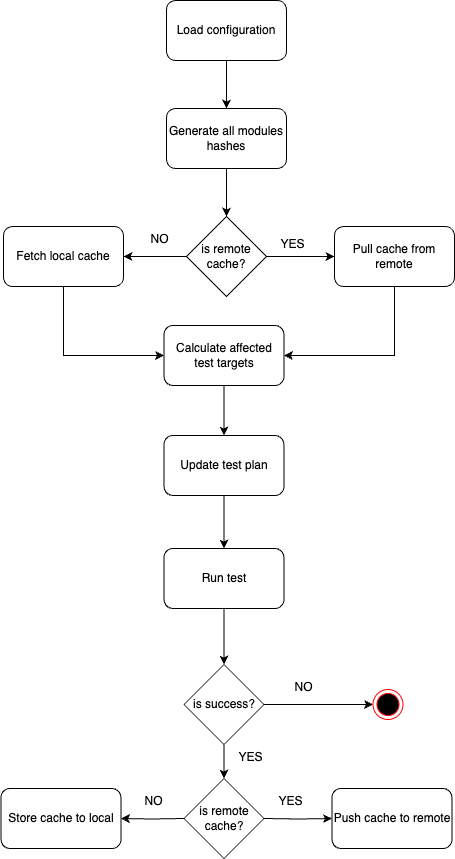
The draw.io diagram Resources/flow.png in hoangatuan/SPM-Selective-Testing, before a commit. Source tidied: cells renumbered, new cells last; positions are measured from the earlier drawing's top-left corner, leaving out a move shared by most shapes. Source of this version:
```xml
<mxGraphModel>
  <root>
    <mxCell id="0" />
    <mxCell id="1" parent="0" />
    <mxCell id="2" style="edgeStyle=orthogonalEdgeStyle;rounded=0;jettySize=auto;html=1;exitX=0.5;exitY=1;exitDx=0;exitDy=0;entryX=0.5;entryY=0;entryDx=0;entryDy=0;" parent="1" edge="1" source="3">
      <mxGeometry relative="1" as="geometry">
        <mxPoint x="226" y="108" as="targetPoint" />
      </mxGeometry>
    </mxCell>
    <mxCell id="3" value="Load configuration" style="rounded=1;whiteSpace=wrap;html=1;" parent="1" vertex="1">
      <mxGeometry x="166" width="120" height="60" as="geometry" />
    </mxCell>
    <mxCell id="4" style="edgeStyle=orthogonalEdgeStyle;rounded=0;jettySize=auto;html=1;exitX=0.5;exitY=1;exitDx=0;exitDy=0;entryX=0.5;entryY=0;entryDx=0;entryDy=0;" parent="1" edge="1" source="5" target="8">
      <mxGeometry relative="1" as="geometry" />
    </mxCell>
    <mxCell id="5" value="Generate all modules hashes" style="rounded=1;whiteSpace=wrap;html=1;" parent="1" vertex="1">
      <mxGeometry x="166" y="108" width="120" height="60" as="geometry" />
    </mxCell>
    <mxCell id="6" style="edgeStyle=orthogonalEdgeStyle;rounded=0;jettySize=auto;html=1;exitX=1;exitY=0.5;exitDx=0;exitDy=0;entryX=0;entryY=0.5;entryDx=0;entryDy=0;" parent="1" edge="1" source="8" target="10">
      <mxGeometry relative="1" as="geometry" />
    </mxCell>
    <mxCell id="7" style="edgeStyle=orthogonalEdgeStyle;rounded=0;jettySize=auto;html=1;exitX=0;exitY=0.5;exitDx=0;exitDy=0;" parent="1" edge="1" source="8" target="13">
      <mxGeometry relative="1" as="geometry" />
    </mxCell>
    <mxCell id="8" value="is remote cache?" style="rhombus;whiteSpace=wrap;html=1;" parent="1" vertex="1">
      <mxGeometry x="186" y="216" width="80" height="80" as="geometry" />
    </mxCell>
    <mxCell id="9" style="edgeStyle=orthogonalEdgeStyle;rounded=0;jettySize=auto;html=1;exitX=0.5;exitY=1;exitDx=0;exitDy=0;entryX=1;entryY=0.5;entryDx=0;entryDy=0;" parent="1" edge="1" source="10" target="16">
      <mxGeometry relative="1" as="geometry" />
    </mxCell>
    <mxCell id="10" value="Pull cache from remote" style="rounded=1;whiteSpace=wrap;html=1;" parent="1" vertex="1">
      <mxGeometry x="334" y="226" width="120" height="60" as="geometry" />
    </mxCell>
    <mxCell id="11" value="YES" style="text;html=1;align=center;verticalAlign=middle;strokeColor=none;fillColor=none;" parent="1" vertex="1">
      <mxGeometry x="271" y="231" width="42" height="26" as="geometry" />
    </mxCell>
    <mxCell id="12" style="edgeStyle=orthogonalEdgeStyle;rounded=0;jettySize=auto;html=1;exitX=0.5;exitY=1;exitDx=0;exitDy=0;entryX=0;entryY=0.5;entryDx=0;entryDy=0;" parent="1" edge="1" source="13" target="16">
      <mxGeometry relative="1" as="geometry" />
    </mxCell>
    <mxCell id="13" value="Fetch local cache" style="rounded=1;whiteSpace=wrap;html=1;" parent="1" vertex="1">
      <mxGeometry x="3" y="226" width="120" height="60" as="geometry" />
    </mxCell>
    <mxCell id="14" value="NO" style="text;html=1;align=center;verticalAlign=middle;strokeColor=none;fillColor=none;" parent="1" vertex="1">
      <mxGeometry x="141" y="226" width="36" height="26" as="geometry" />
    </mxCell>
    <mxCell id="15" style="edgeStyle=orthogonalEdgeStyle;rounded=0;jettySize=auto;html=1;exitX=0.5;exitY=1;exitDx=0;exitDy=0;" parent="1" edge="1" source="16" target="18">
      <mxGeometry relative="1" as="geometry" />
    </mxCell>
    <mxCell id="16" value="Calculate affected test targets" style="rounded=1;whiteSpace=wrap;html=1;" parent="1" vertex="1">
      <mxGeometry x="163.5" y="325" width="120" height="60" as="geometry" />
    </mxCell>
    <mxCell id="17" style="edgeStyle=orthogonalEdgeStyle;rounded=0;jettySize=auto;html=1;exitX=0.5;exitY=1;exitDx=0;exitDy=0;entryX=0.5;entryY=0;entryDx=0;entryDy=0;" parent="1" edge="1" source="18" target="20">
      <mxGeometry relative="1" as="geometry" />
    </mxCell>
    <mxCell id="18" value="Update test plan" style="rounded=1;whiteSpace=wrap;html=1;" parent="1" vertex="1">
      <mxGeometry x="163.5" y="435" width="120" height="60" as="geometry" />
    </mxCell>
    <mxCell id="19" style="edgeStyle=orthogonalEdgeStyle;rounded=0;jettySize=auto;html=1;exitX=0.5;exitY=1;exitDx=0;exitDy=0;" parent="1" edge="1" source="20" target="23">
      <mxGeometry relative="1" as="geometry" />
    </mxCell>
    <mxCell id="20" value="Run test" style="rounded=1;whiteSpace=wrap;html=1;" parent="1" vertex="1">
      <mxGeometry x="163.5" y="548" width="120" height="60" as="geometry" />
    </mxCell>
    <mxCell id="21" style="edgeStyle=orthogonalEdgeStyle;rounded=0;jettySize=auto;html=1;exitX=0.5;exitY=1;exitDx=0;exitDy=0;entryX=0.5;entryY=0;entryDx=0;entryDy=0;" parent="1" edge="1" source="23">
      <mxGeometry relative="1" as="geometry">
        <mxPoint x="223.5" y="778" as="targetPoint" />
      </mxGeometry>
    </mxCell>
    <mxCell id="22" style="edgeStyle=orthogonalEdgeStyle;rounded=0;jettySize=auto;html=1;exitX=1;exitY=0.5;exitDx=0;exitDy=0;entryX=0;entryY=0.5;entryDx=0;entryDy=0;" parent="1" edge="1" source="23" target="31">
      <mxGeometry relative="1" as="geometry" />
    </mxCell>
    <mxCell id="23" value="is success?" style="rhombus;whiteSpace=wrap;html=1;" parent="1" vertex="1">
      <mxGeometry x="183.5" y="664" width="80" height="80" as="geometry" />
    </mxCell>
    <mxCell id="24" style="edgeStyle=orthogonalEdgeStyle;rounded=0;jettySize=auto;html=1;exitX=0;exitY=0.5;exitDx=0;exitDy=0;" parent="1" edge="1" target="27">
      <mxGeometry relative="1" as="geometry">
        <mxPoint x="183.5" y="818" as="sourcePoint" />
      </mxGeometry>
    </mxCell>
    <mxCell id="25" style="edgeStyle=orthogonalEdgeStyle;rounded=0;jettySize=auto;html=1;exitX=1;exitY=0.5;exitDx=0;exitDy=0;" parent="1" edge="1" target="28">
      <mxGeometry relative="1" as="geometry">
        <mxPoint x="263.5" y="818" as="sourcePoint" />
      </mxGeometry>
    </mxCell>
    <mxCell id="26" value="is remote cache?" style="rhombus;whiteSpace=wrap;html=1;" parent="1" vertex="1">
      <mxGeometry x="183.5" y="778" width="80" height="80" as="geometry" />
    </mxCell>
    <mxCell id="27" value="Store cache to local" style="rounded=1;whiteSpace=wrap;html=1;" parent="1" vertex="1">
      <mxGeometry x="0.5" y="788" width="120" height="60" as="geometry" />
    </mxCell>
    <mxCell id="28" value="Push cache to remote" style="rounded=1;whiteSpace=wrap;html=1;" parent="1" vertex="1">
      <mxGeometry x="331.5" y="788" width="120" height="60" as="geometry" />
    </mxCell>
    <mxCell id="29" value="NO" style="text;html=1;align=center;verticalAlign=middle;strokeColor=none;fillColor=none;" parent="1" vertex="1">
      <mxGeometry x="134.5" y="788" width="36" height="26" as="geometry" />
    </mxCell>
    <mxCell id="30" value="YES" style="text;html=1;align=center;verticalAlign=middle;strokeColor=none;fillColor=none;" parent="1" vertex="1">
      <mxGeometry x="268.5" y="788" width="42" height="26" as="geometry" />
    </mxCell>
    <mxCell id="31" style="ellipse;html=1;shape=endState;fillColor=#000000;strokeColor=#ff0000;" parent="1" vertex="1">
      <mxGeometry x="372.5" y="689" width="30" height="30" as="geometry" />
    </mxCell>
    <mxCell id="32" value="NO" style="text;html=1;align=center;verticalAlign=middle;strokeColor=none;fillColor=none;" parent="1" vertex="1">
      <mxGeometry x="284.5" y="674" width="36" height="26" as="geometry" />
    </mxCell>
    <mxCell id="33" value="YES" style="text;html=1;align=center;verticalAlign=middle;strokeColor=none;fillColor=none;" parent="1" vertex="1">
      <mxGeometry x="228.5" y="744" width="42" height="26" as="geometry" />
    </mxCell>
  </root>
</mxGraphModel>
```
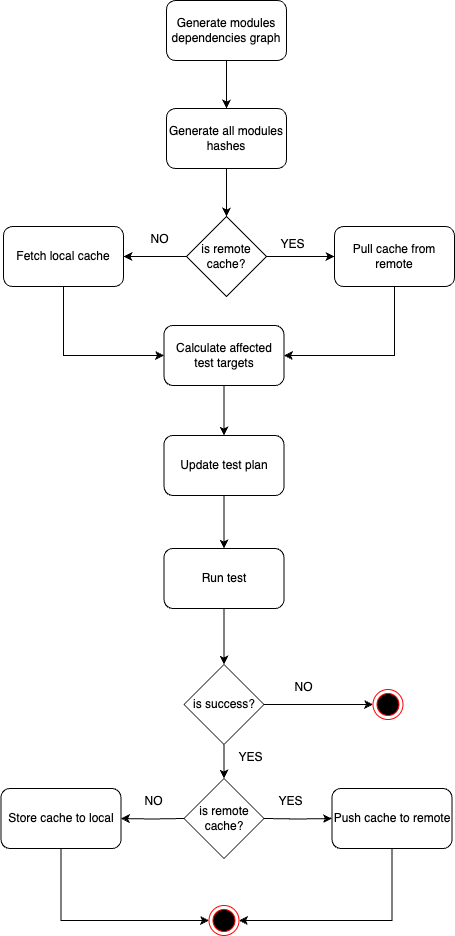
Later version of the same file.

What changed in the source:
```diff
@@ -7,7 +7,7 @@
         <mxPoint x="226" y="108" as="targetPoint" />
       </mxGeometry>
     </mxCell>
-    <mxCell id="3" value="Load configuration" style="rounded=1;whiteSpace=wrap;html=1;" parent="1" vertex="1">
+    <mxCell id="3" value="Generate modules dependencies graph" style="rounded=1;whiteSpace=wrap;html=1;" parent="1" vertex="1">
       <mxGeometry x="166" width="120" height="60" as="geometry" />
     </mxCell>
     <mxCell id="4" style="edgeStyle=orthogonalEdgeStyle;rounded=0;jettySize=auto;html=1;exitX=0.5;exitY=1;exitDx=0;exitDy=0;entryX=0.5;entryY=0;entryDx=0;entryDy=0;" parent="1" edge="1" source="5" target="8">
@@ -85,9 +85,15 @@
     <mxCell id="26" value="is remote cache?" style="rhombus;whiteSpace=wrap;html=1;" parent="1" vertex="1">
       <mxGeometry x="183.5" y="778" width="80" height="80" as="geometry" />
     </mxCell>
+    <mxCell id="34" style="edgeStyle=orthogonalEdgeStyle;rounded=0;jettySize=auto;html=1;exitX=0.5;exitY=1;exitDx=0;exitDy=0;entryX=0;entryY=0.5;entryDx=0;entryDy=0;" parent="1" edge="1" source="27" target="36">
+      <mxGeometry relative="1" as="geometry" />
+    </mxCell>
     <mxCell id="27" value="Store cache to local" style="rounded=1;whiteSpace=wrap;html=1;" parent="1" vertex="1">
       <mxGeometry x="0.5" y="788" width="120" height="60" as="geometry" />
     </mxCell>
+    <mxCell id="35" style="edgeStyle=orthogonalEdgeStyle;rounded=0;jettySize=auto;html=1;exitX=0.5;exitY=1;exitDx=0;exitDy=0;entryX=1;entryY=0.5;entryDx=0;entryDy=0;" parent="1" edge="1" source="28" target="36">
+      <mxGeometry relative="1" as="geometry" />
+    </mxCell>
     <mxCell id="28" value="Push cache to remote" style="rounded=1;whiteSpace=wrap;html=1;" parent="1" vertex="1">
       <mxGeometry x="331.5" y="788" width="120" height="60" as="geometry" />
     </mxCell>
@@ -106,5 +112,8 @@
     <mxCell id="33" value="YES" style="text;html=1;align=center;verticalAlign=middle;strokeColor=none;fillColor=none;" parent="1" vertex="1">
       <mxGeometry x="228.5" y="744" width="42" height="26" as="geometry" />
     </mxCell>
+    <mxCell id="36" style="ellipse;html=1;shape=endState;fillColor=#000000;strokeColor=#ff0000;" parent="1" vertex="1">
+      <mxGeometry x="208.5" y="905" width="30" height="30" as="geometry" />
+    </mxCell>
   </root>
 </mxGraphModel>
```
